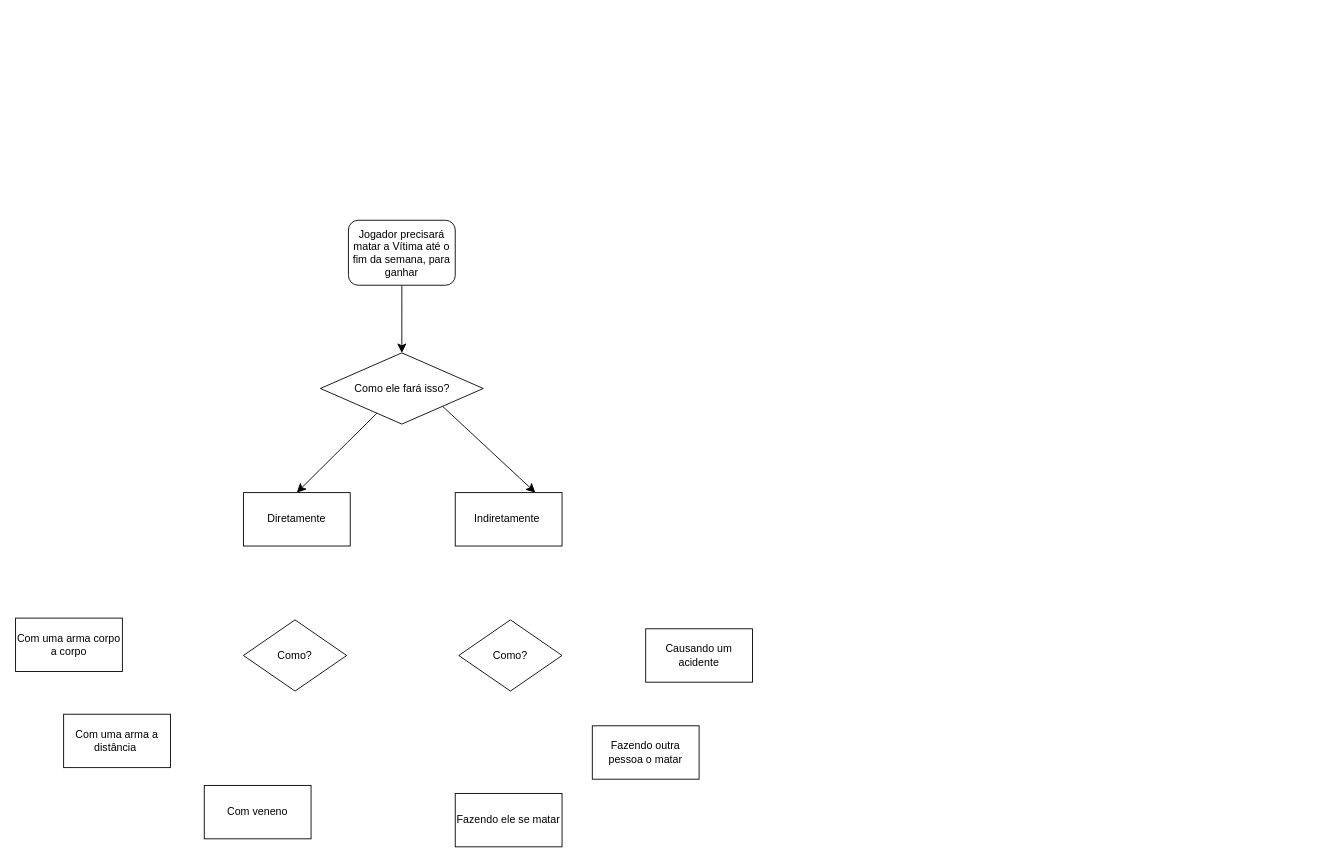
Above: Gameloop.drawio in Reimyel/Diagramas (draw.io), before the change. Source tidied: cells renumbered, new cells numbered last; positions are measured from the earlier drawing's top-left corner, leaving out a move shared by most shapes. Both pictures are drawn from the tidied source at 89%, with x=0, y=0 at pixel (15, 220).
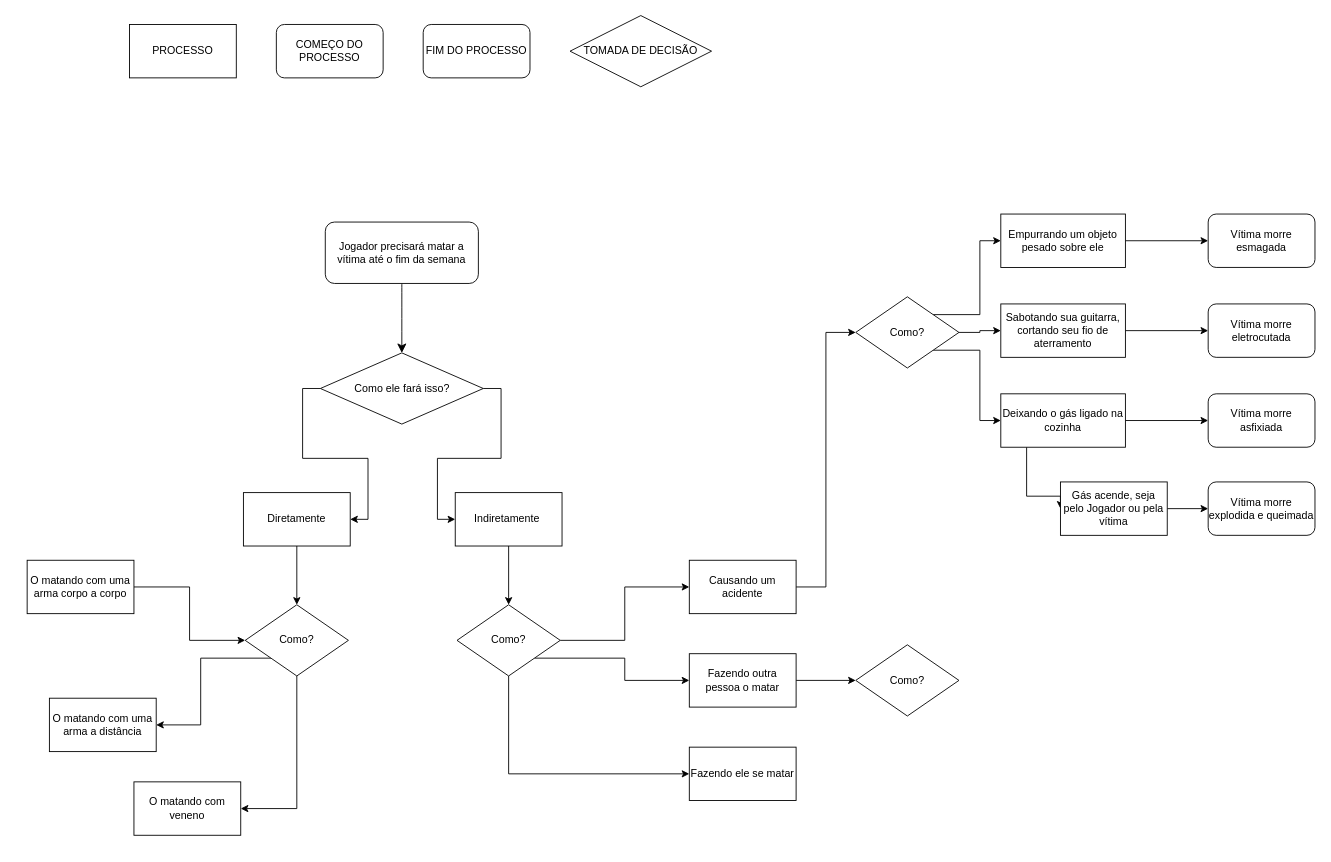
The same page after the edit.

The edit, as a diff of the source:
```diff
@@
-    <mxCell id="3" value="Jogador precisará matar a Vítima até o fim da semana, para ganhar" style="rounded=1;whiteSpace=wrap;html=1;" parent="1" vertex="1">
-      <mxGeometry x="374" width="120" height="73" as="geometry" />
+    <mxCell id="3" value="Jogador precisará matar a vítima até o fim da semana" style="rounded=1;whiteSpace=wrap;html=1;fillColor=light-dark(#FFFFFF,#1F7427);" parent="1" vertex="1">
+      <mxGeometry x="348" y="2" width="172" height="69" as="geometry" />
     </mxCell>
+    <mxCell id="17" style="edgeStyle=orthogonalEdgeStyle;rounded=0;jettySize=auto;html=1;exitX=1;exitY=1;exitDx=0;exitDy=0;" parent="1" edge="1" source="6">
+      <mxGeometry relative="1" as="geometry">
+        <mxPoint x="480" y="209" as="targetPoint" />
+      </mxGeometry>
+    </mxCell>
-    <mxCell id="4" style="edgeStyle=none;curved=1;rounded=0;jettySize=auto;html=1;entryX=0.5;entryY=0;entryDx=0;entryDy=0;fontSize=12;startSize=8;endSize=8;" parent="1" edge="1" source="6" target="7">
+    <mxCell id="4" style="edgeStyle=orthogonalEdgeStyle;rounded=0;jettySize=auto;html=1;exitX=0;exitY=0.5;exitDx=0;exitDy=0;entryX=1;entryY=0.5;entryDx=0;entryDy=0;" parent="1" edge="1" source="6" target="7">
       <mxGeometry relative="1" as="geometry" />
     </mxCell>
-    <mxCell id="5" style="edgeStyle=none;curved=1;rounded=0;jettySize=auto;html=1;entryX=0.75;entryY=0;entryDx=0;entryDy=0;fontSize=12;startSize=8;endSize=8;exitX=1;exitY=1;exitDx=0;exitDy=0;" parent="1" edge="1" source="6" target="8">
+    <mxCell id="5" style="edgeStyle=orthogonalEdgeStyle;rounded=0;jettySize=auto;html=1;exitX=1;exitY=0.5;exitDx=0;exitDy=0;entryX=0;entryY=0.5;entryDx=0;entryDy=0;" parent="1" edge="1" source="6" target="8">
       <mxGeometry relative="1" as="geometry" />
     </mxCell>
-    <mxCell id="6" value="Como ele fará isso?" style="rhombus;whiteSpace=wrap;html=1;" parent="1" vertex="1">
+    <mxCell id="6" value="Como ele fará isso?" style="rhombus;whiteSpace=wrap;html=1;fillColor=light-dark(#FFFFFF,#FF9B2A);" parent="1" vertex="1">
       <mxGeometry x="342.5" y="149" width="183" height="80" as="geometry" />
     </mxCell>
+    <mxCell id="18" style="edgeStyle=orthogonalEdgeStyle;rounded=0;jettySize=auto;html=1;exitX=0.5;exitY=1;exitDx=0;exitDy=0;entryX=0.5;entryY=0;entryDx=0;entryDy=0;" parent="1" edge="1" source="7" target="9">
+      <mxGeometry relative="1" as="geometry" />
+    </mxCell>
-    <mxCell id="7" value="Diretamente" style="whiteSpace=wrap;html=1;" parent="1" vertex="1">
+    <mxCell id="7" value="Diretamente" style="whiteSpace=wrap;html=1;fillColor=light-dark(#FFFFFF,#3B2CAC);" parent="1" vertex="1">
       <mxGeometry x="256" y="306" width="120" height="60" as="geometry" />
     </mxCell>
+    <mxCell id="19" style="edgeStyle=orthogonalEdgeStyle;rounded=0;jettySize=auto;html=1;exitX=0.5;exitY=1;exitDx=0;exitDy=0;entryX=0.5;entryY=0;entryDx=0;entryDy=0;" parent="1" edge="1" source="8" target="10">
+      <mxGeometry relative="1" as="geometry" />
+    </mxCell>
-    <mxCell id="8" value="Indiretamente&amp;nbsp;" style="whiteSpace=wrap;html=1;" parent="1" vertex="1">
+    <mxCell id="8" value="Indiretamente&amp;nbsp;" style="whiteSpace=wrap;html=1;fillColor=light-dark(#FFFFFF,#3B2CAC);" parent="1" vertex="1">
       <mxGeometry x="494" y="306" width="120" height="60" as="geometry" />
     </mxCell>
+    <mxCell id="20" style="edgeStyle=orthogonalEdgeStyle;rounded=0;jettySize=auto;html=1;exitX=0;exitY=1;exitDx=0;exitDy=0;entryX=1;entryY=0.5;entryDx=0;entryDy=0;" parent="1" edge="1" source="9" target="15">
+      <mxGeometry relative="1" as="geometry" />
+    </mxCell>
+    <mxCell id="21" style="edgeStyle=orthogonalEdgeStyle;rounded=0;jettySize=auto;html=1;exitX=0.5;exitY=1;exitDx=0;exitDy=0;entryX=1;entryY=0.5;entryDx=0;entryDy=0;" parent="1" edge="1" source="9" target="16">
+      <mxGeometry relative="1" as="geometry" />
+    </mxCell>
-    <mxCell id="9" value="Como?" style="rhombus;whiteSpace=wrap;html=1;" parent="1" vertex="1">
-      <mxGeometry x="256" y="449" width="116" height="80" as="geometry" />
+    <mxCell id="9" value="Como?" style="rhombus;whiteSpace=wrap;html=1;fillColor=light-dark(#FFFFFF,#FF9B2A);" parent="1" vertex="1">
+      <mxGeometry x="258" y="432" width="116" height="80" as="geometry" />
     </mxCell>
+    <mxCell id="22" style="edgeStyle=orthogonalEdgeStyle;rounded=0;jettySize=auto;html=1;exitX=1;exitY=0.5;exitDx=0;exitDy=0;entryX=0;entryY=0.5;entryDx=0;entryDy=0;" parent="1" edge="1" source="10" target="11">
+      <mxGeometry relative="1" as="geometry" />
+    </mxCell>
+    <mxCell id="23" style="edgeStyle=orthogonalEdgeStyle;rounded=0;jettySize=auto;html=1;exitX=1;exitY=1;exitDx=0;exitDy=0;entryX=0;entryY=0.5;entryDx=0;entryDy=0;" parent="1" edge="1" source="10" target="12">
+      <mxGeometry relative="1" as="geometry" />
+    </mxCell>
+    <mxCell id="24" style="edgeStyle=orthogonalEdgeStyle;rounded=0;jettySize=auto;html=1;exitX=0.5;exitY=1;exitDx=0;exitDy=0;entryX=0;entryY=0.5;entryDx=0;entryDy=0;" parent="1" edge="1" source="10" target="13">
+      <mxGeometry relative="1" as="geometry" />
+    </mxCell>
-    <mxCell id="10" value="Como?" style="rhombus;whiteSpace=wrap;html=1;" parent="1" vertex="1">
-      <mxGeometry x="498" y="449" width="116" height="80" as="geometry" />
+    <mxCell id="10" value="Como?" style="rhombus;whiteSpace=wrap;html=1;fillColor=light-dark(#FFFFFF,#FF9B2A);" parent="1" vertex="1">
+      <mxGeometry x="496" y="432" width="116" height="80" as="geometry" />
     </mxCell>
+    <mxCell id="25" style="edgeStyle=orthogonalEdgeStyle;rounded=0;jettySize=auto;html=1;exitX=1;exitY=0.5;exitDx=0;exitDy=0;entryX=0;entryY=0.5;entryDx=0;entryDy=0;" parent="1" edge="1" source="11" target="31">
+      <mxGeometry relative="1" as="geometry" />
+    </mxCell>
-    <mxCell id="11" value="Causando um acidente" style="whiteSpace=wrap;html=1;" parent="1" vertex="1">
-      <mxGeometry x="708" y="459" width="120" height="60" as="geometry" />
+    <mxCell id="11" value="Causando um acidente" style="whiteSpace=wrap;html=1;fillColor=light-dark(#FFFFFF,#3B2CAC);" parent="1" vertex="1">
+      <mxGeometry x="757" y="382" width="120" height="60" as="geometry" />
     </mxCell>
+    <mxCell id="26" style="edgeStyle=orthogonalEdgeStyle;rounded=0;jettySize=auto;html=1;entryX=0;entryY=0.5;entryDx=0;entryDy=0;" parent="1" edge="1" source="12" target="41">
+      <mxGeometry relative="1" as="geometry" />
+    </mxCell>
-    <mxCell id="12" value="Fazendo outra pessoa o matar" style="whiteSpace=wrap;html=1;" parent="1" vertex="1">
-      <mxGeometry x="648" y="568" width="120" height="60" as="geometry" />
+    <mxCell id="12" value="Fazendo outra pessoa o matar" style="whiteSpace=wrap;html=1;fillColor=light-dark(#FFFFFF,#3B2CAC);" parent="1" vertex="1">
+      <mxGeometry x="757" y="487" width="120" height="60" as="geometry" />
     </mxCell>
-    <mxCell id="13" value="Fazendo ele se matar" style="whiteSpace=wrap;html=1;" parent="1" vertex="1">
-      <mxGeometry x="494" y="644" width="120" height="60" as="geometry" />
+    <mxCell id="13" value="Fazendo ele se matar" style="whiteSpace=wrap;html=1;fillColor=light-dark(#FFFFFF,#3B2CAC);" parent="1" vertex="1">
+      <mxGeometry x="757" y="592" width="120" height="60" as="geometry" />
     </mxCell>
+    <mxCell id="27" style="edgeStyle=orthogonalEdgeStyle;rounded=0;jettySize=auto;html=1;entryX=0;entryY=0.5;entryDx=0;entryDy=0;" parent="1" edge="1" source="14" target="9">
+      <mxGeometry relative="1" as="geometry" />
+    </mxCell>
-    <mxCell id="14" value="Com uma arma corpo a corpo" style="whiteSpace=wrap;html=1;" parent="1" vertex="1">
-      <mxGeometry y="447" width="120" height="60" as="geometry" />
+    <mxCell id="14" value="O matando com uma arma corpo a corpo" style="whiteSpace=wrap;html=1;fillColor=light-dark(#FFFFFF,#3B2CAC);" parent="1" vertex="1">
+      <mxGeometry x="13" y="382" width="120" height="60" as="geometry" />
     </mxCell>
-    <mxCell id="15" value="Com uma arma a distância&amp;nbsp;" style="whiteSpace=wrap;html=1;" parent="1" vertex="1">
-      <mxGeometry x="54" y="555" width="120" height="60" as="geometry" />
+    <mxCell id="15" value="O matando com uma arma a distância" style="whiteSpace=wrap;html=1;fillColor=light-dark(#FFFFFF,#3B2CAC);" parent="1" vertex="1">
+      <mxGeometry x="38" y="537" width="120" height="60" as="geometry" />
     </mxCell>
-    <mxCell id="16" value="Com veneno" style="whiteSpace=wrap;html=1;" parent="1" vertex="1">
-      <mxGeometry x="212" y="635" width="120" height="60" as="geometry" />
+    <mxCell id="16" value="O matando com veneno" style="whiteSpace=wrap;html=1;fillColor=light-dark(#FFFFFF,#3B2CAC);" parent="1" vertex="1">
+      <mxGeometry x="133" y="631" width="120" height="60" as="geometry" />
     </mxCell>
+    <mxCell id="28" style="edgeStyle=orthogonalEdgeStyle;rounded=0;jettySize=auto;html=1;entryX=0;entryY=0.5;entryDx=0;entryDy=0;" parent="1" edge="1" source="31" target="33">
+      <mxGeometry relative="1" as="geometry" />
+    </mxCell>
+    <mxCell id="29" style="edgeStyle=orthogonalEdgeStyle;rounded=0;jettySize=auto;html=1;exitX=1;exitY=0;exitDx=0;exitDy=0;entryX=0;entryY=0.5;entryDx=0;entryDy=0;" parent="1" edge="1" source="31" target="35">
+      <mxGeometry relative="1" as="geometry" />
+    </mxCell>
+    <mxCell id="30" style="edgeStyle=orthogonalEdgeStyle;rounded=0;jettySize=auto;html=1;exitX=1;exitY=1;exitDx=0;exitDy=0;entryX=0;entryY=0.5;entryDx=0;entryDy=0;" parent="1" edge="1" source="31" target="38">
+      <mxGeometry relative="1" as="geometry" />
+    </mxCell>
+    <mxCell id="31" value="Como?" style="rhombus;whiteSpace=wrap;html=1;fillColor=light-dark(#FFFFFF,#FF9B2A);" parent="1" vertex="1">
+      <mxGeometry x="944" y="86" width="116" height="80" as="geometry" />
+    </mxCell>
+    <mxCell id="32" style="edgeStyle=orthogonalEdgeStyle;rounded=0;jettySize=auto;html=1;" parent="1" edge="1" source="33" target="43">
+      <mxGeometry relative="1" as="geometry" />
+    </mxCell>
+    <mxCell id="33" value="Sabotando sua guitarra, cortando seu fio de aterramento" style="whiteSpace=wrap;html=1;fillColor=light-dark(#FFFFFF,#3B2CAC);" parent="1" vertex="1">
+      <mxGeometry x="1107" y="94" width="140" height="60" as="geometry" />
+    </mxCell>
+    <mxCell id="34" style="edgeStyle=orthogonalEdgeStyle;rounded=0;jettySize=auto;html=1;" parent="1" edge="1" source="35" target="42">
+      <mxGeometry relative="1" as="geometry" />
+    </mxCell>
+    <mxCell id="35" value="Empurrando um objeto pesado sobre ele" style="whiteSpace=wrap;html=1;fillColor=light-dark(#FFFFFF,#3B2CAC);" parent="1" vertex="1">
+      <mxGeometry x="1107" y="-7" width="140" height="60" as="geometry" />
+    </mxCell>
+    <mxCell id="36" style="edgeStyle=orthogonalEdgeStyle;rounded=0;jettySize=auto;html=1;entryX=0;entryY=0.5;entryDx=0;entryDy=0;" parent="1" edge="1" source="38" target="40">
+      <mxGeometry relative="1" as="geometry">
+        <Array as="points">
+          <mxPoint x="1136" y="310" />
+        </Array>
+      </mxGeometry>
+    </mxCell>
+    <mxCell id="37" style="edgeStyle=orthogonalEdgeStyle;rounded=0;jettySize=auto;html=1;" parent="1" edge="1" source="38" target="44">
+      <mxGeometry relative="1" as="geometry" />
+    </mxCell>
+    <mxCell id="38" value="Deixando o gás ligado na cozinha" style="whiteSpace=wrap;html=1;fillColor=light-dark(#FFFFFF,#3B2CAC);" parent="1" vertex="1">
+      <mxGeometry x="1107" y="195" width="140" height="60" as="geometry" />
+    </mxCell>
+    <mxCell id="39" style="edgeStyle=orthogonalEdgeStyle;rounded=0;jettySize=auto;html=1;" parent="1" edge="1" source="40" target="45">
+      <mxGeometry relative="1" as="geometry" />
+    </mxCell>
+    <mxCell id="40" value="Gás acende, seja pelo Jogador ou pela vítima" style="whiteSpace=wrap;html=1;fillColor=light-dark(#FFFFFF,#3B2CAC);" parent="1" vertex="1">
+      <mxGeometry x="1174" y="294" width="120" height="60" as="geometry" />
+    </mxCell>
+    <mxCell id="41" value="Como?" style="rhombus;whiteSpace=wrap;html=1;fillColor=light-dark(#FFFFFF,#FF9B2A);" parent="1" vertex="1">
+      <mxGeometry x="944" y="477" width="116" height="80" as="geometry" />
+    </mxCell>
+    <mxCell id="42" value="Vítima morre esmagada" style="rounded=1;whiteSpace=wrap;html=1;fillColor=light-dark(#FFFFFF,#FF4B51);" parent="1" vertex="1">
+      <mxGeometry x="1340" y="-7" width="120" height="60" as="geometry" />
+    </mxCell>
+    <mxCell id="43" value="Vítima morre eletrocutada" style="rounded=1;whiteSpace=wrap;html=1;fillColor=light-dark(#FFFFFF,#FF4B51);" parent="1" vertex="1">
+      <mxGeometry x="1340" y="94" width="120" height="60" as="geometry" />
+    </mxCell>
+    <mxCell id="44" value="Vítima morre asfixiada" style="rounded=1;whiteSpace=wrap;html=1;fillColor=light-dark(#FFFFFF,#FF4B51);" parent="1" vertex="1">
+      <mxGeometry x="1340" y="195" width="120" height="60" as="geometry" />
+    </mxCell>
+    <mxCell id="45" value="Vítima morre explodida e queimada" style="rounded=1;whiteSpace=wrap;html=1;fillColor=light-dark(#FFFFFF,#FF4B51);" parent="1" vertex="1">
+      <mxGeometry x="1340" y="294" width="120" height="60" as="geometry" />
+    </mxCell>
+    <mxCell id="46" value="FIM DO PROCESSO" style="rounded=1;whiteSpace=wrap;html=1;fillColor=light-dark(#FFFFFF,#FF4B51);" parent="1" vertex="1">
+      <mxGeometry x="458" y="-220" width="120" height="60" as="geometry" />
+    </mxCell>
+    <mxCell id="47" value="TOMADA DE DECISÃO" style="rhombus;whiteSpace=wrap;html=1;fillColor=light-dark(#FFFFFF,#FF9B2A);" parent="1" vertex="1">
+      <mxGeometry x="623" y="-230" width="159" height="80" as="geometry" />
+    </mxCell>
+    <mxCell id="48" value="COMEÇO DO PROCESSO" style="rounded=1;whiteSpace=wrap;html=1;fillColor=light-dark(#FFFFFF,#1F7427);" parent="1" vertex="1">
+      <mxGeometry x="293" y="-220" width="120" height="60" as="geometry" />
+    </mxCell>
+    <mxCell id="49" value="PROCESSO" style="rounded=0;whiteSpace=wrap;html=1;fillColor=light-dark(#FFFFFF,#3B2CAC);" parent="1" vertex="1">
+      <mxGeometry x="128" y="-220" width="120" height="60" as="geometry" />
+    </mxCell>
```
